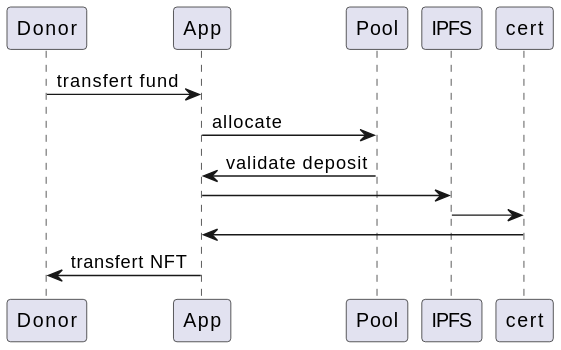
The PlantUML diagram svg/timeline.svg in 31g33k0/presentation_ethberlin, before a commit.
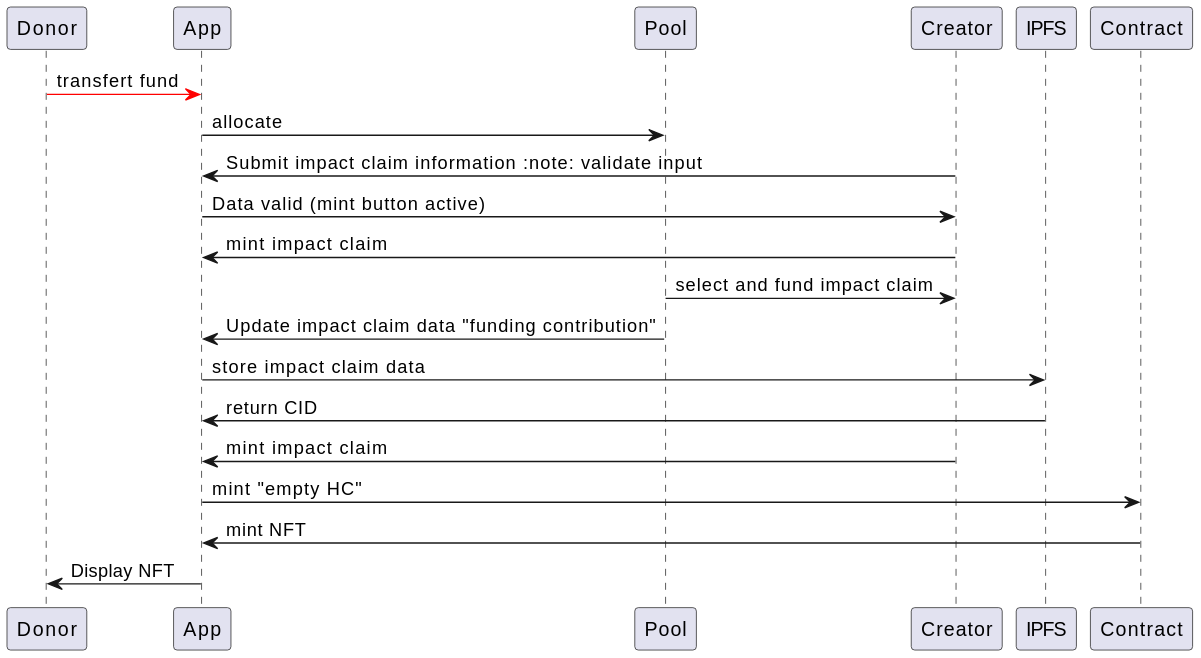
Later version of the same file.

The edit, as a diff of the source:
```diff
@@ -1,9 +1,21 @@
 @startuml
-Donor -> App : transfert fund
+
+
+
+Donor -[#red]> App : transfert fund
 App -> Pool: allocate
-Pool -> App : validate deposit
-App -> IPFS
-IPFS -> cert
-cert -> App
-App -> Donor : transfert NFT
+Creator -> App:Submit impact claim information :note: validate input
+App -> Creator : Data valid (mint button active)
+Creator -> App :mint impact claim
+
+
+Pool -> Creator : select and fund impact claim
+Pool -> App:Update impact claim data "funding contribution"
+App -> IPFS : store impact claim data
+IPFS -> App : return CID
+
+Creator -> App: mint impact claim
+App -> Contract : mint "empty HC"
+Contract -> App :mint NFT
+App -> Donor : Display NFT
 @enduml
```
